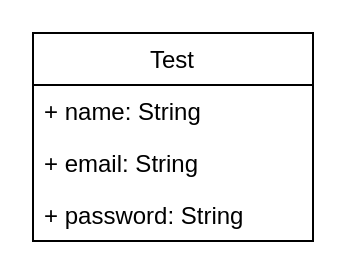
gustavotests/MyStudies keeps this draw.io diagram as Untitled Diagram.drawio. Above is the earlier version. Source tidied: cells renumbered, new cells numbered last; positions are measured from the earlier drawing's top-left corner, leaving out a move shared by most shapes. Both pictures are drawn from the tidied source at 200%, with x=0, y=0 at pixel (32, 32).
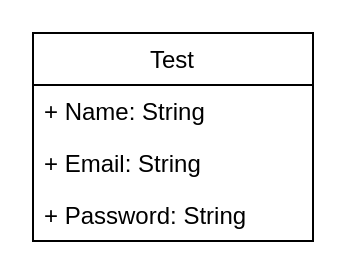
The same page after the edit.

The edit, as a diff of the source:
```diff
@@
 <mxGraphModel>
   <root>
     <mxCell id="0" />
     <mxCell id="1" parent="0" />
     <mxCell id="2" value="Test" style="swimlane;fontStyle=0;horizontal=1;startSize=26;fillColor=none;" parent="1" vertex="1">
       <mxGeometry width="140" height="104" as="geometry" />
     </mxCell>
-    <mxCell id="3" value="+ name: String" style="text;strokeColor=none;fillColor=none;align=left;verticalAlign=top;spacingLeft=4;spacingRight=4;overflow=hidden;" parent="2" vertex="1">
+    <mxCell id="3" value="+ Name: String" style="text;strokeColor=none;fillColor=none;align=left;verticalAlign=top;spacingLeft=4;spacingRight=4;overflow=hidden;" parent="2" vertex="1">
       <mxGeometry y="26" width="140" height="26" as="geometry" />
     </mxCell>
-    <mxCell id="4" value="+ email: String" style="text;strokeColor=none;fillColor=none;align=left;verticalAlign=top;spacingLeft=4;spacingRight=4;overflow=hidden;" parent="2" vertex="1">
+    <mxCell id="4" value="+ Email: String" style="text;strokeColor=none;fillColor=none;align=left;verticalAlign=top;spacingLeft=4;spacingRight=4;overflow=hidden;" parent="2" vertex="1">
       <mxGeometry y="52" width="140" height="26" as="geometry" />
     </mxCell>
-    <mxCell id="5" value="+ password: String&#10;" style="text;strokeColor=none;fillColor=none;align=left;verticalAlign=top;spacingLeft=4;spacingRight=4;overflow=hidden;" parent="2" vertex="1">
+    <mxCell id="5" value="+ Password: String&#10;" style="text;strokeColor=none;fillColor=none;align=left;verticalAlign=top;spacingLeft=4;spacingRight=4;overflow=hidden;" parent="2" vertex="1">
       <mxGeometry y="78" width="140" height="26" as="geometry" />
     </mxCell>
   </root>
 </mxGraphModel>
```
